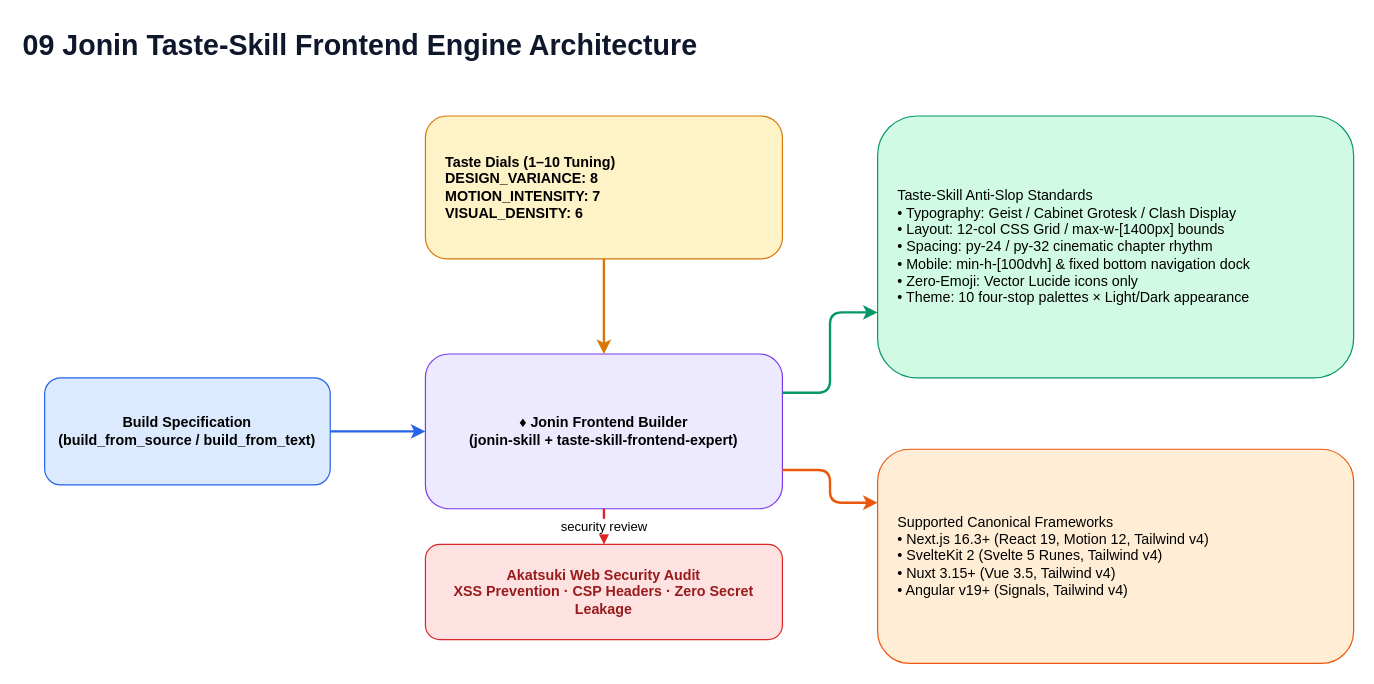
Above: page "09 Jonin Taste-Skill Frontend Engine" (9 of 18) of docs/diagrams/konoha-architecture.drawio in andycungkrinx91/konoha (draw.io), before the change. Source tidied: cells renumbered, new cells numbered last; positions are measured from the earlier drawing's top-left corner, leaving out a move shared by most shapes. Both pictures are drawn from the tidied source at 119%, with x=0, y=0 at pixel (20, 20).
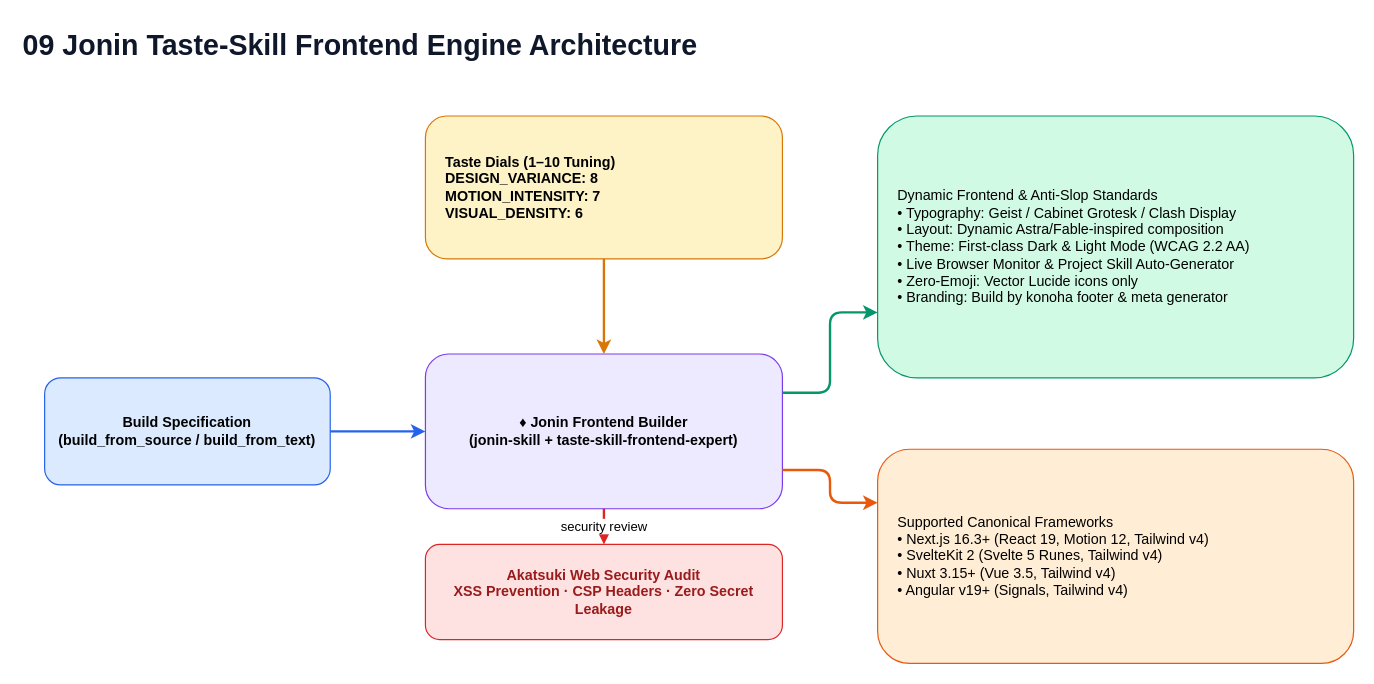
Above is the later version.

Change to the diagram source:
```diff
@@
 <mxGraphModel>
   <root>
     <mxCell id="0" />
     <mxCell id="1" parent="0" />
     <mxCell id="2" value="09 Jonin Taste-Skill Frontend Engine Architecture" style="text;html=1;strokeColor=none;fillColor=none;fontColor=#0f172a;fontSize=24;fontStyle=1;align=left;" parent="1" vertex="1">
       <mxGeometry width="900" height="40" as="geometry" />
     </mxCell>
     <mxCell id="3" value="Build Specification&#10;(build_from_source / build_from_text)" style="rounded=1;html=1;whiteSpace=wrap;fillColor=#dbeafe;strokeColor=#2563eb;fontStyle=1;align=center;" parent="1" vertex="1">
       <mxGeometry x="20" y="300" width="240" height="90" as="geometry" />
     </mxCell>
     <mxCell id="4" value="♦ Jonin Frontend Builder&#10;(jonin-skill + taste-skill-frontend-expert)" style="rounded=1;html=1;whiteSpace=wrap;fillColor=#ede9fe;strokeColor=#7c3aed;fontStyle=1;align=center;agent=jonin;" parent="1" vertex="1">
       <mxGeometry x="340" y="280" width="300" height="130" as="geometry" />
     </mxCell>
     <mxCell id="5" value="Taste Dials (1–10 Tuning)&#10;DESIGN_VARIANCE: 8&#10;MOTION_INTENSITY: 7&#10;VISUAL_DENSITY: 6" style="rounded=1;html=1;whiteSpace=wrap;fillColor=#fef3c7;strokeColor=#d97706;fontStyle=1;align=left;spacingLeft=15;" parent="1" vertex="1">
       <mxGeometry x="340" y="80" width="300" height="120" as="geometry" />
     </mxCell>
-    <mxCell id="6" value="Taste-Skill Anti-Slop Standards&#10;• Typography: Geist / Cabinet Grotesk / Clash Display&#10;• Layout: 12-col CSS Grid / max-w-[1400px] bounds&#10;• Spacing: py-24 / py-32 cinematic chapter rhythm&#10;• Mobile: min-h-[100dvh] &amp; fixed bottom navigation dock&#10;• Zero-Emoji: Vector Lucide icons only&#10;• Theme: 10 four-stop palettes × Light/Dark appearance" style="rounded=1;html=1;whiteSpace=wrap;fillColor=#d1fae5;strokeColor=#059669;fontStyle=0;align=left;spacingLeft=15;" parent="1" vertex="1">
+    <mxCell id="6" value="Dynamic Frontend &amp; Anti-Slop Standards&#10;• Typography: Geist / Cabinet Grotesk / Clash Display&#10;• Layout: Dynamic Astra/Fable-inspired composition&#10;• Theme: First-class Dark &amp; Light Mode (WCAG 2.2 AA)&#10;• Live Browser Monitor &amp; Project Skill Auto-Generator&#10;• Zero-Emoji: Vector Lucide icons only&#10;• Branding: Build by konoha footer &amp; meta generator" style="rounded=1;html=1;whiteSpace=wrap;fillColor=#d1fae5;strokeColor=#059669;fontStyle=0;align=left;spacingLeft=15;" parent="1" vertex="1">
       <mxGeometry x="720" y="80" width="400" height="220" as="geometry" />
     </mxCell>
     <mxCell id="7" value="Supported Canonical Frameworks&#10;• Next.js 16.3+ (React 19, Motion 12, Tailwind v4)&#10;• SvelteKit 2 (Svelte 5 Runes, Tailwind v4)&#10;• Nuxt 3.15+ (Vue 3.5, Tailwind v4)&#10;• Angular v19+ (Signals, Tailwind v4)" style="rounded=1;html=1;whiteSpace=wrap;fillColor=#ffedd5;strokeColor=#ea580c;fontStyle=0;align=left;spacingLeft=15;" parent="1" vertex="1">
       <mxGeometry x="720" y="360" width="400" height="180" as="geometry" />
     </mxCell>
     <mxCell id="8" value="Akatsuki Web Security Audit&#10;XSS Prevention · CSP Headers · Zero Secret Leakage" style="rounded=1;html=1;whiteSpace=wrap;fillColor=#fee2e2;strokeColor=#dc2626;fontColor=#991b1b;fontStyle=1;agent=akatsuki;" parent="1" vertex="1">
       <mxGeometry x="340" y="440" width="300" height="80" as="geometry" />
     </mxCell>
     <mxCell id="9" value="security review" style="edgeStyle=orthogonalEdgeStyle;rounded=1;jettySize=auto;html=1;strokeColor=#dc2626;strokeWidth=2;" parent="1" edge="1" source="4" target="8">
       <mxGeometry relative="1" as="geometry" />
     </mxCell>
     <mxCell id="10" style="edgeStyle=orthogonalEdgeStyle;rounded=0;jettySize=auto;html=1;strokeColor=#2563eb;strokeWidth=2;" parent="1" edge="1" source="3" target="4">
       <mxGeometry relative="1" as="geometry" />
     </mxCell>
     <mxCell id="11" style="edgeStyle=orthogonalEdgeStyle;rounded=0;jettySize=auto;html=1;strokeColor=#d97706;strokeWidth=2;" parent="1" edge="1" source="5" target="4">
       <mxGeometry relative="1" as="geometry" />
     </mxCell>
     <mxCell id="12" style="edgeStyle=orthogonalEdgeStyle;rounded=1;jettySize=auto;html=1;strokeColor=#059669;strokeWidth=2;exitX=1;exitY=0.25;exitDx=0;exitDy=0;entryX=0;entryY=0.75;entryDx=0;entryDy=0;curved=0;" parent="1" edge="1" source="4" target="6">
       <mxGeometry relative="1" as="geometry" />
     </mxCell>
     <mxCell id="13" style="edgeStyle=orthogonalEdgeStyle;rounded=1;jettySize=auto;html=1;strokeColor=#ea580c;strokeWidth=2;exitX=1;exitY=0.75;exitDx=0;exitDy=0;entryX=0;entryY=0.25;entryDx=0;entryDy=0;libavoidRouting=1;curved=0;" parent="1" edge="1" source="4" target="7">
       <mxGeometry relative="1" as="geometry">
         <Array as="points">
           <mxPoint x="680" y="378" />
           <mxPoint x="680" y="405" />
         </Array>
       </mxGeometry>
     </mxCell>
   </root>
 </mxGraphModel>
```
